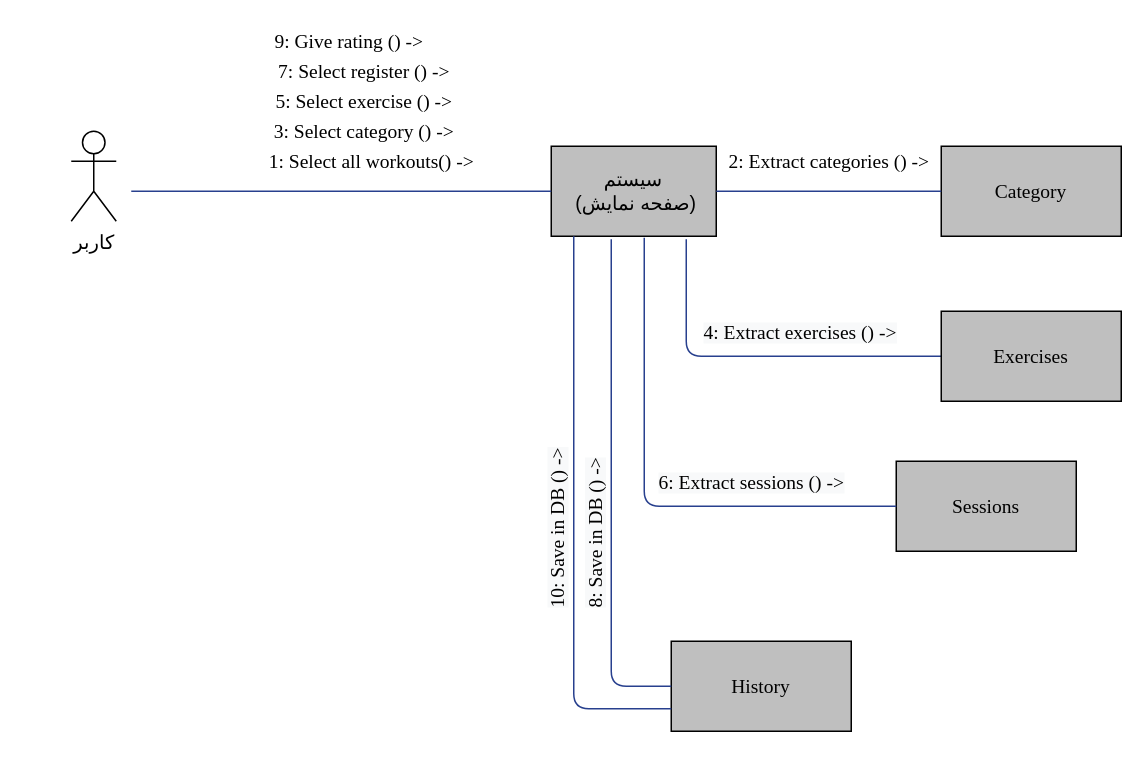
Above: Docs./CommunicationDiagram-Workouts.drawio in ShadiMe-flutter/Workout (draw.io), before the change. Source tidied: cells renumbered, new cells numbered last; positions are measured from the earlier drawing's top-left corner, leaving out a move shared by most shapes. Both pictures are drawn from the tidied source at 150%, with x=0, y=0 at pixel (70, 26).
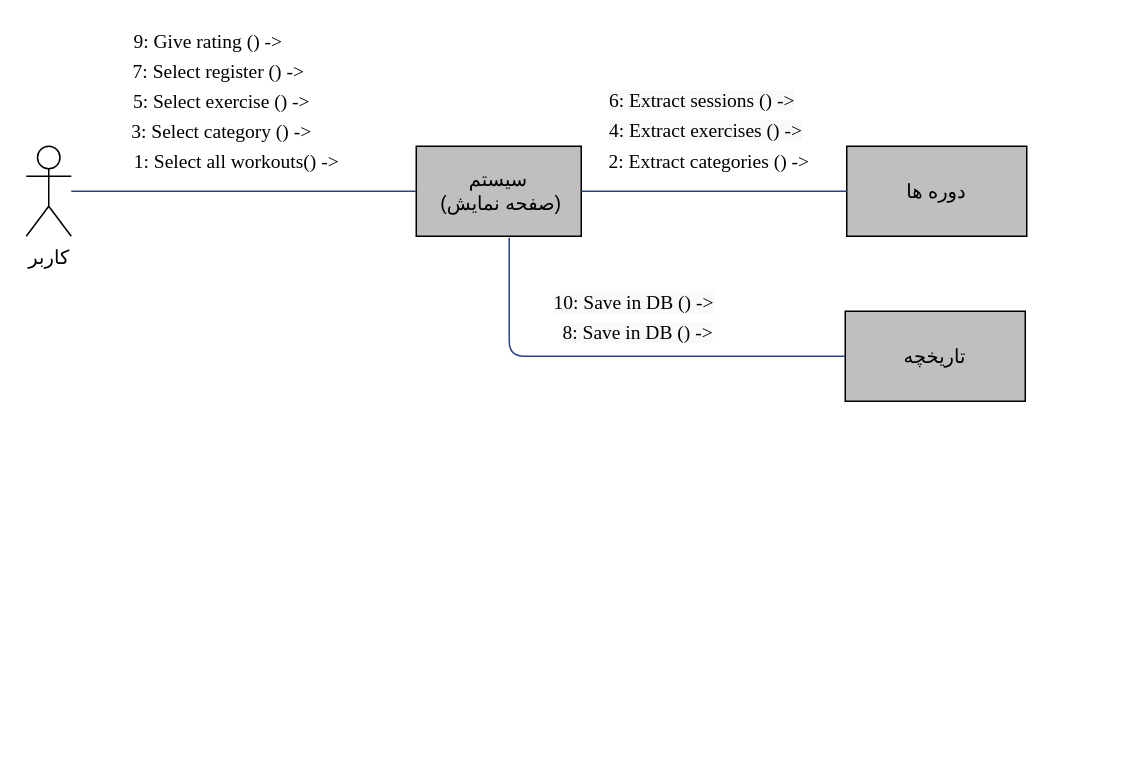
The same page after the edit.

Change to the diagram source:
```diff
@@
     <mxCell id="2" value="&lt;font face=&quot;B Zar&quot; style=&quot;font-size: 13px&quot;&gt;کاربر&lt;/font&gt;" style="shape=umlActor;verticalLabelPosition=bottom;verticalAlign=top;html=1;" parent="1" vertex="1">
-      <mxGeometry y="70" width="30" height="60" as="geometry" />
+      <mxGeometry x="-30" y="80" width="30" height="60" as="geometry" />
     </mxCell>
     <mxCell id="3" value="&lt;font face=&quot;B Zar&quot; style=&quot;font-size: 13px&quot;&gt;سیستم&lt;br&gt;&amp;nbsp;(صفحه نمایش)&lt;/font&gt;" style="rounded=0;whiteSpace=wrap;html=1;fillColor=#BFBFBF;" parent="1" vertex="1">
-      <mxGeometry x="320" y="80" width="110" height="60" as="geometry" />
+      <mxGeometry x="230" y="80" width="110" height="60" as="geometry" />
     </mxCell>
-    <mxCell id="4" value="&lt;font face=&quot;Times New Roman&quot; style=&quot;font-size: 13px&quot;&gt;Category&lt;/font&gt;" style="rounded=0;whiteSpace=wrap;html=1;fillColor=#BFBFBF;" parent="1" vertex="1">
-      <mxGeometry x="580" y="80" width="120" height="60" as="geometry" />
+    <mxCell id="4" value="&lt;font style=&quot;font-size: 13px&quot; face=&quot;B Zar&quot;&gt;دوره ها&lt;/font&gt;" style="rounded=0;whiteSpace=wrap;html=1;fillColor=#BFBFBF;" parent="1" vertex="1">
+      <mxGeometry x="517" y="80" width="120" height="60" as="geometry" />
     </mxCell>
     <mxCell id="5" style="endArrow=none;html=1;strokeColor=#28408E;" parent="1" edge="1">
       <mxGeometry relative="1" as="geometry">
-        <mxPoint x="40" y="110" as="sourcePoint" />
-        <mxPoint x="320" y="110" as="targetPoint" />
+        <mxPoint y="110" as="sourcePoint" />
+        <mxPoint x="230" y="110" as="targetPoint" />
       </mxGeometry>
     </mxCell>
     <mxCell id="6" value="&lt;font face=&quot;Times New Roman&quot; style=&quot;font-size: 13px&quot;&gt;1: Select all workouts() -&amp;gt;&lt;/font&gt;" style="text;html=1;align=center;verticalAlign=middle;" parent="1" vertex="1">
-      <mxGeometry x="125" y="80" width="150" height="20" as="geometry" />
+      <mxGeometry x="35" y="80" width="150" height="20" as="geometry" />
     </mxCell>
     <mxCell id="7" value="&lt;font face=&quot;Times New Roman&quot; style=&quot;font-size: 13px&quot;&gt;3: Select category () -&amp;gt;&lt;/font&gt;" style="text;html=1;align=center;verticalAlign=middle;" parent="1" vertex="1">
-      <mxGeometry x="125" y="60" width="140" height="20" as="geometry" />
+      <mxGeometry x="30" y="60" width="140" height="20" as="geometry" />
     </mxCell>
     <mxCell id="8" value="&lt;font face=&quot;Times New Roman&quot; style=&quot;font-size: 13px&quot;&gt;5: Select exercise () -&amp;gt;&lt;/font&gt;" style="text;html=1;align=center;verticalAlign=middle;" parent="1" vertex="1">
-      <mxGeometry x="130" y="40" width="130" height="20" as="geometry" />
+      <mxGeometry x="35" y="40" width="130" height="20" as="geometry" />
     </mxCell>
     <mxCell id="9" value="&lt;font face=&quot;Times New Roman&quot; style=&quot;font-size: 13px&quot;&gt;2: Extract categories () -&amp;gt;&lt;/font&gt;" style="text;html=1;align=center;verticalAlign=middle;rotation=0;" parent="1" vertex="1">
-      <mxGeometry x="430" y="80" width="150" height="20" as="geometry" />
+      <mxGeometry x="350" y="80" width="150" height="20" as="geometry" />
     </mxCell>
@@
-    <mxCell id="11" value="&lt;font face=&quot;Times New Roman&quot; style=&quot;font-size: 13px&quot;&gt;History&lt;/font&gt;" style="rounded=0;whiteSpace=wrap;html=1;fillColor=#BFBFBF;" parent="1" vertex="1">
-      <mxGeometry x="400" y="410" width="120" height="60" as="geometry" />
-    </mxCell>
-    <mxCell id="12" style="endArrow=none;html=1;exitX=0;exitY=0.5;exitDx=0;exitDy=0;strokeColor=#28408E;" parent="1" edge="1" source="16">
-      <mxGeometry relative="1" as="geometry">
-        <mxPoint x="410" y="142" as="targetPoint" />
-        <Array as="points">
-          <mxPoint x="410" y="220" />
-        </Array>
-      </mxGeometry>
-    </mxCell>
     <mxCell id="13" value="&lt;span style=&quot;color: rgb(0 , 0 , 0) ; font-style: normal ; font-weight: normal ; letter-spacing: normal ; text-align: center ; text-indent: 0px ; text-transform: none ; word-spacing: 0px ; background-color: rgb(248 , 249 , 250) ; text-decoration: none ; display: inline ; float: none&quot;&gt;&lt;font face=&quot;Times New Roman&quot; style=&quot;font-size: 13px&quot;&gt;4: Extract exercises () -&amp;gt;&lt;/font&gt;&lt;/span&gt;" style="text;whiteSpace=wrap;html=1;rotation=0;" parent="1" vertex="1">
-      <mxGeometry x="420" y="190" width="160" height="30" as="geometry" />
+      <mxGeometry x="357" y="55" width="160" height="30" as="geometry" />
     </mxCell>
     <mxCell id="14" value="&lt;font face=&quot;Times New Roman&quot; style=&quot;font-size: 13px&quot;&gt;7: Select register () -&amp;gt;&lt;/font&gt;" style="text;html=1;align=center;verticalAlign=middle;" parent="1" vertex="1">
-      <mxGeometry x="130" y="20" width="130" height="20" as="geometry" />
+      <mxGeometry x="33" y="20" width="130" height="20" as="geometry" />
     </mxCell>
-    <mxCell id="15" value="&lt;span style=&quot;color: rgb(0 , 0 , 0) ; font-style: normal ; font-weight: normal ; letter-spacing: normal ; text-align: center ; text-indent: 0px ; text-transform: none ; word-spacing: 0px ; background-color: rgb(248 , 249 , 250) ; text-decoration: none ; display: inline ; float: none&quot;&gt;&lt;font style=&quot;font-size: 13px&quot; face=&quot;Times New Roman&quot;&gt;8: Save in DB () -&amp;gt;&lt;/font&gt;&lt;/span&gt;" style="text;whiteSpace=wrap;html=1;rotation=-90;" parent="1" vertex="1">
-      <mxGeometry x="265" y="290" width="170" height="30" as="geometry" />
+    <mxCell id="15" value="&lt;span style=&quot;color: rgb(0 , 0 , 0) ; font-style: normal ; font-weight: normal ; letter-spacing: normal ; text-align: center ; text-indent: 0px ; text-transform: none ; word-spacing: 0px ; background-color: rgb(248 , 249 , 250) ; text-decoration: none ; display: inline ; float: none&quot;&gt;&lt;font style=&quot;font-size: 13px&quot; face=&quot;Times New Roman&quot;&gt;8: Save in DB () -&amp;gt;&lt;/font&gt;&lt;/span&gt;" style="text;whiteSpace=wrap;html=1;rotation=0;" parent="1" vertex="1">
+      <mxGeometry x="326" y="190" width="170" height="30" as="geometry" />
     </mxCell>
-    <mxCell id="16" value="&lt;font face=&quot;Times New Roman&quot; style=&quot;font-size: 13px&quot;&gt;Exercises&lt;/font&gt;" style="rounded=0;whiteSpace=wrap;html=1;fillColor=#BFBFBF;" parent="1" vertex="1">
-      <mxGeometry x="580" y="190" width="120" height="60" as="geometry" />
-    </mxCell>
-    <mxCell id="17" value="&lt;font face=&quot;Times New Roman&quot; style=&quot;font-size: 13px&quot;&gt;Sessions&lt;/font&gt;" style="rounded=0;whiteSpace=wrap;html=1;fillColor=#BFBFBF;" parent="1" vertex="1">
-      <mxGeometry x="550" y="290" width="120" height="60" as="geometry" />
+    <mxCell id="17" value="&lt;font style=&quot;font-size: 13px&quot; face=&quot;B Zar&quot;&gt;تاریخچه&lt;/font&gt;" style="rounded=0;whiteSpace=wrap;html=1;fillColor=#BFBFBF;" parent="1" vertex="1">
+      <mxGeometry x="516" y="190" width="120" height="60" as="geometry" />
     </mxCell>
     <mxCell id="18" style="endArrow=none;html=1;exitX=0;exitY=0.5;exitDx=0;exitDy=0;strokeColor=#28408E;" parent="1" edge="1" source="17">
       <mxGeometry relative="1" as="geometry">
-        <mxPoint x="382" y="141" as="targetPoint" />
+        <mxPoint x="292" y="141" as="targetPoint" />
         <Array as="points">
-          <mxPoint x="382" y="320" />
+          <mxPoint x="292" y="220" />
         </Array>
       </mxGeometry>
     </mxCell>
     <mxCell id="19" value="&lt;span style=&quot;color: rgb(0 , 0 , 0) ; font-style: normal ; font-weight: normal ; letter-spacing: normal ; text-align: center ; text-indent: 0px ; text-transform: none ; word-spacing: 0px ; background-color: rgb(248 , 249 , 250) ; text-decoration: none ; display: inline ; float: none&quot;&gt;&lt;font face=&quot;Times New Roman&quot; style=&quot;font-size: 13px&quot;&gt;6: Extract sessions () -&amp;gt;&lt;/font&gt;&lt;/span&gt;" style="text;whiteSpace=wrap;html=1;rotation=0;" parent="1" vertex="1">
-      <mxGeometry x="390" y="290" width="160" height="30" as="geometry" />
+      <mxGeometry x="357" y="35" width="160" height="30" as="geometry" />
     </mxCell>
     <mxCell id="20" value="&lt;font face=&quot;Times New Roman&quot; style=&quot;font-size: 13px&quot;&gt;9: Give rating () -&amp;gt;&lt;/font&gt;" style="text;html=1;align=center;verticalAlign=middle;" parent="1" vertex="1">
-      <mxGeometry x="130" width="110" height="20" as="geometry" />
+      <mxGeometry x="36" width="110" height="20" as="geometry" />
     </mxCell>
-    <mxCell id="21" style="endArrow=none;html=1;exitX=0;exitY=0.5;exitDx=0;exitDy=0;strokeColor=#28408E;" parent="1" edge="1" source="11">
-      <mxGeometry relative="1" as="geometry">
-        <mxPoint x="360" y="142" as="targetPoint" />
-        <Array as="points">
-          <mxPoint x="360" y="440" />
-        </Array>
-      </mxGeometry>
-    </mxCell>
-    <mxCell id="22" style="endArrow=none;html=1;exitX=0;exitY=0.75;exitDx=0;exitDy=0;strokeColor=#28408E;" parent="1" edge="1" source="11">
-      <mxGeometry relative="1" as="geometry">
-        <mxPoint x="335" y="140" as="targetPoint" />
-        <Array as="points">
-          <mxPoint x="335" y="455" />
-        </Array>
-      </mxGeometry>
-    </mxCell>
-    <mxCell id="23" value="&lt;span style=&quot;color: rgb(0 , 0 , 0) ; font-style: normal ; font-weight: normal ; letter-spacing: normal ; text-align: center ; text-indent: 0px ; text-transform: none ; word-spacing: 0px ; background-color: rgb(248 , 249 , 250) ; text-decoration: none ; display: inline ; float: none&quot;&gt;&lt;font face=&quot;Times New Roman&quot; style=&quot;font-size: 13px&quot;&gt;10: Save in DB () -&amp;gt;&lt;/font&gt;&lt;/span&gt;" style="text;whiteSpace=wrap;html=1;rotation=-90;" parent="1" vertex="1">
-      <mxGeometry x="240" y="290" width="170" height="30" as="geometry" />
+    <mxCell id="23" value="&lt;span style=&quot;color: rgb(0 , 0 , 0) ; font-style: normal ; font-weight: normal ; letter-spacing: normal ; text-align: center ; text-indent: 0px ; text-transform: none ; word-spacing: 0px ; background-color: rgb(248 , 249 , 250) ; text-decoration: none ; display: inline ; float: none&quot;&gt;&lt;font face=&quot;Times New Roman&quot; style=&quot;font-size: 13px&quot;&gt;10: Save in DB () -&amp;gt;&lt;/font&gt;&lt;/span&gt;" style="text;whiteSpace=wrap;html=1;rotation=0;" parent="1" vertex="1">
+      <mxGeometry x="320" y="170" width="170" height="30" as="geometry" />
     </mxCell>
```
